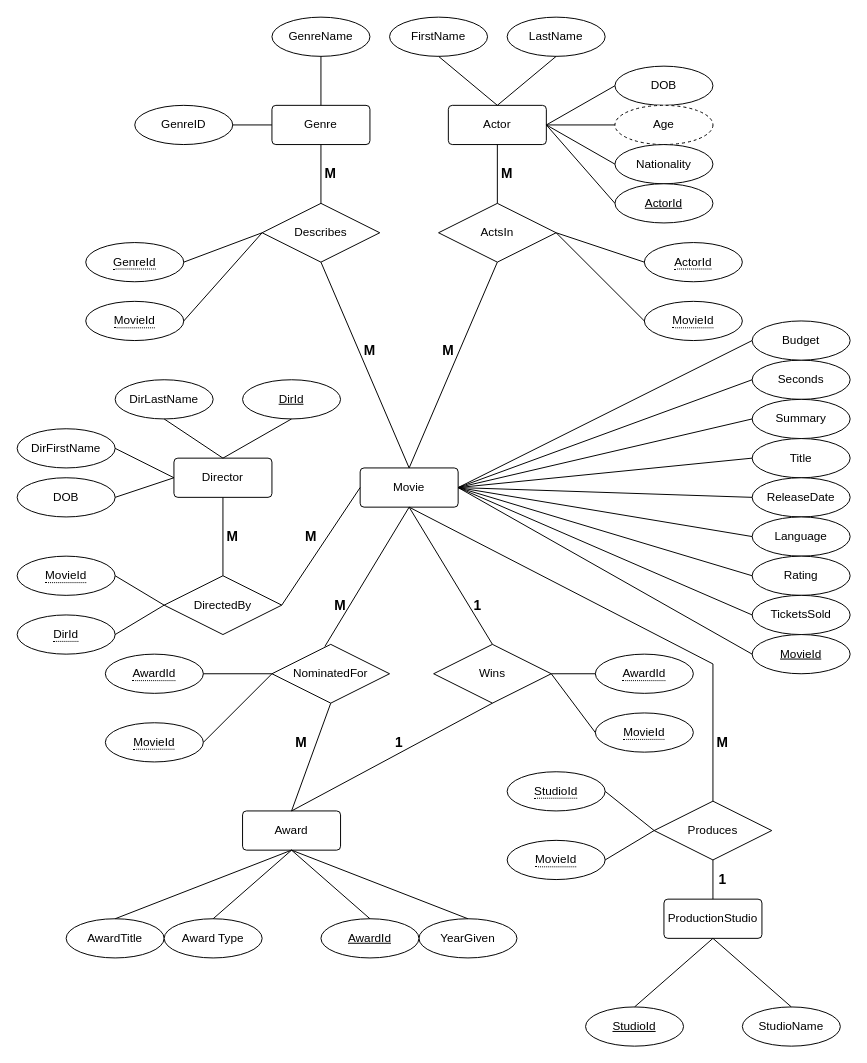
This is initialProjDoc/erDiagram/erDiagram.drawio from jff97/movieWebDatabase, a draw.io file, before an edit. Source tidied: cells renumbered, new cells numbered last; positions are measured from the earlier drawing's top-left corner, leaving out a move shared by most shapes. Both pictures are drawn from the tidied source at 98%, with x=0, y=0 at pixel (17, 17).
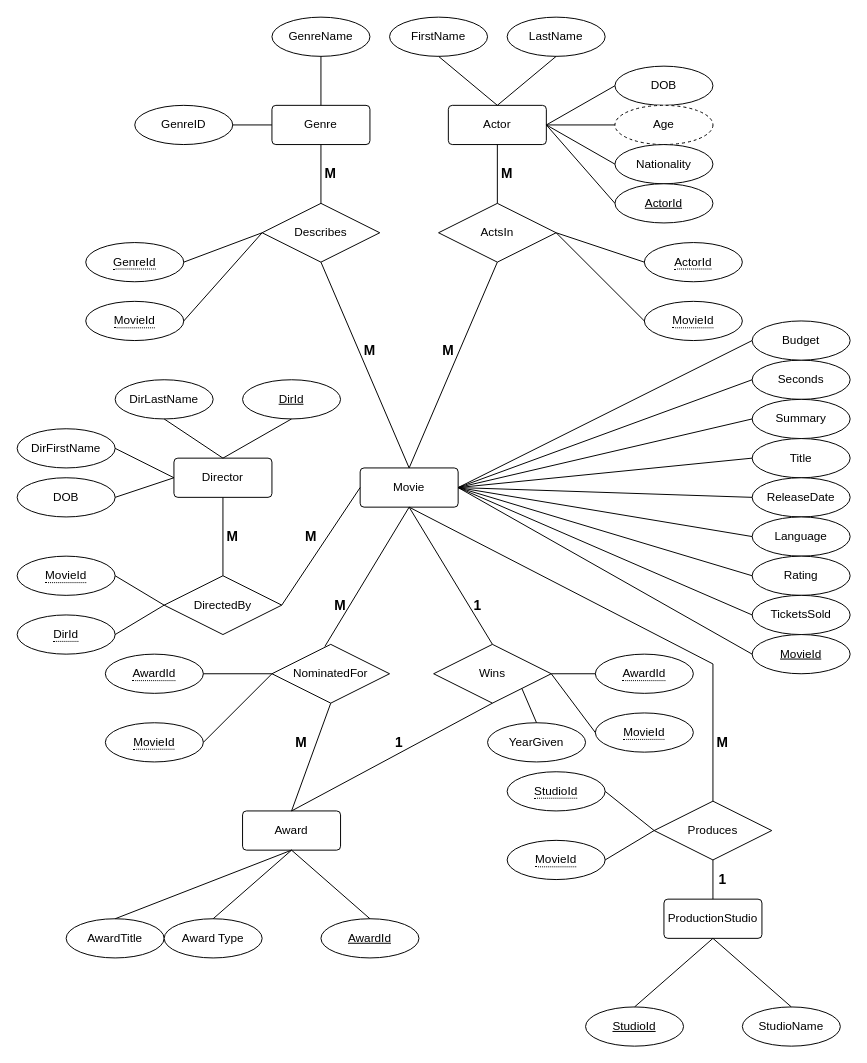
After the change.

The change refers to these unchanged cells:
```xml
<mxCell id="6" value="Wins" style="shape=rhombus;perimeter=rhombusPerimeter;whiteSpace=wrap;html=1;align=center;" parent="1" vertex="1">
  <mxGeometry x="425" y="640" width="120" height="60" as="geometry" />
</mxCell>
<mxCell id="7" value="Award" style="rounded=1;arcSize=10;whiteSpace=wrap;html=1;align=center;" parent="1" vertex="1">
  <mxGeometry x="230" y="810" width="100" height="40" as="geometry" />
</mxCell>
```

Diff of the diagram source:
```diff
@@
     <mxCell id="65" value="YearGiven" style="ellipse;whiteSpace=wrap;html=1;align=center;" parent="1" vertex="1">
-      <mxGeometry x="410" y="920" width="100" height="40" as="geometry" />
+      <mxGeometry x="480" y="720" width="100" height="40" as="geometry" />
     </mxCell>
@@
-    <mxCell id="70" style="endArrow=none;html=1;rounded=0;entryX=0.5;entryY=0;entryDx=0;entryDy=0;exitX=0.5;exitY=1;exitDx=0;exitDy=0;" parent="1" edge="1" source="7" target="65">
-      <mxGeometry relative="1" as="geometry" />
-    </mxCell>
@@
+    <mxCell id="117" style="endArrow=none;html=1;rounded=0;entryX=1;entryY=1;entryDx=0;entryDy=0;exitX=0.5;exitY=0;exitDx=0;exitDy=0;" parent="1" edge="1" source="65" target="6">
+      <mxGeometry relative="1" as="geometry" />
+    </mxCell>
```
